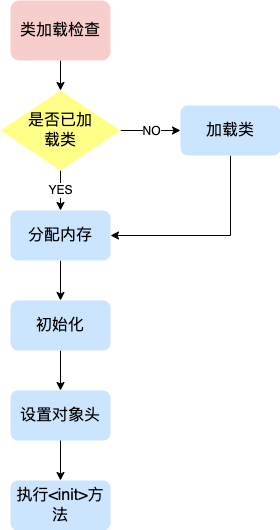
Before: java/jvm/JVM - 对象的创建.drawio.png, a diagram exported from draw.io (lihongyiyi/tech-visuals). Source tidied: cells renumbered, new cells last; positions are measured from the earlier drawing's top-left corner, leaving out a move shared by most shapes.
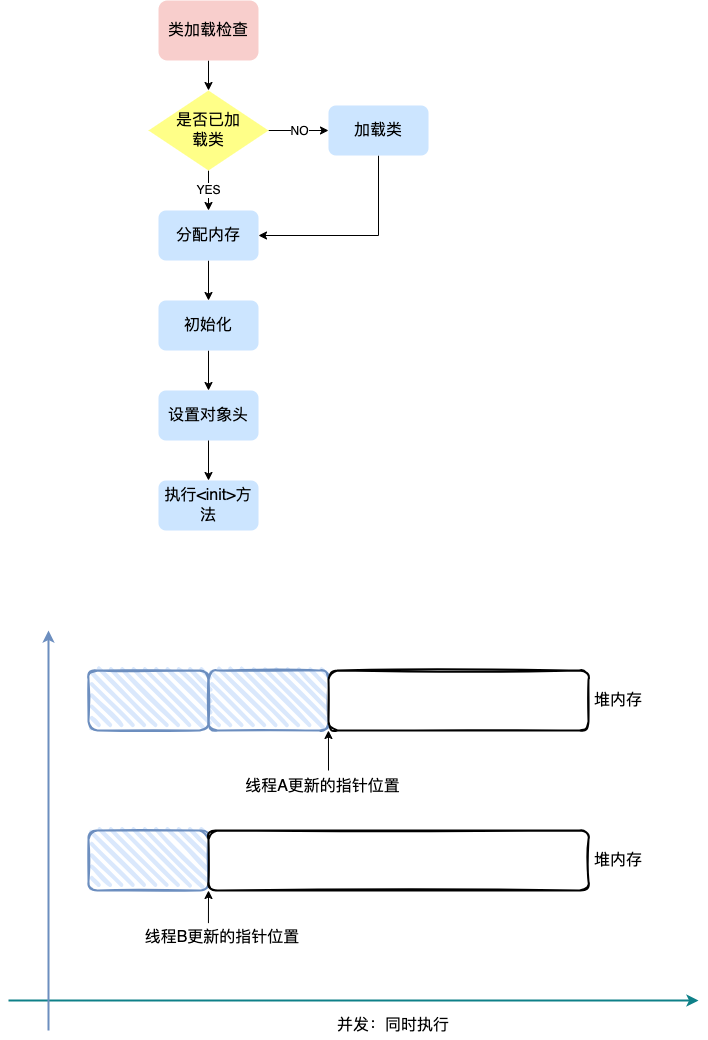
After the commit.

Commit message:
更新JVM - 对象的创建.drawio.png

What changed in the source:
```diff
@@ -53,5 +53,56 @@
     <mxCell id="16" value="&lt;font style=&quot;font-size: 16px;&quot;&gt;执行&amp;lt;init&amp;gt;方法&lt;/font&gt;" style="rounded=1;whiteSpace=wrap;html=1;fillColor=#cce5ff;strokeColor=none;" parent="1" vertex="1">
       <mxGeometry x="10" y="480" width="100" height="50" as="geometry" />
     </mxCell>
+    <mxCell id="17" style="rounded=1;whiteSpace=wrap;html=1;strokeWidth=2;fillWeight=4;hachureGap=8;hachureAngle=45;fillColor=#dae8fc;sketch=1;strokeColor=#6c8ebf;" parent="1" vertex="1">
+      <mxGeometry x="-60" y="670" width="120" height="60" as="geometry" />
+    </mxCell>
+    <mxCell id="18" style="rounded=1;whiteSpace=wrap;html=1;strokeWidth=2;fillWeight=4;hachureGap=8;hachureAngle=45;fillColor=#dae8fc;sketch=1;strokeColor=#6c8ebf;" parent="1" vertex="1">
+      <mxGeometry x="60" y="670" width="120" height="60" as="geometry" />
+    </mxCell>
+    <mxCell id="19" style="rounded=1;whiteSpace=wrap;html=1;strokeWidth=2;fillWeight=4;hachureGap=8;hachureAngle=45;sketch=1;" parent="1" vertex="1">
+      <mxGeometry x="180" y="670" width="260" height="60" as="geometry" />
+    </mxCell>
+    <mxCell id="20" value="&lt;font style=&quot;font-size: 16px;&quot;&gt;线程A更新的指针位置&lt;/font&gt;" style="text;html=1;strokeColor=none;fillColor=none;align=center;verticalAlign=middle;whiteSpace=wrap;rounded=0;" parent="1" vertex="1">
+      <mxGeometry x="80" y="772" width="189" height="28" as="geometry" />
+    </mxCell>
+    <mxCell id="21" style="endArrow=classic;html=1;rounded=0;entryX=0;entryY=1;entryDx=0;entryDy=0;" parent="1" edge="1">
+      <mxGeometry relative="1" as="geometry">
+        <mxPoint x="180" y="770" as="sourcePoint" />
+        <mxPoint x="179.9" y="730" as="targetPoint" />
+      </mxGeometry>
+    </mxCell>
+    <mxCell id="22" value="&lt;font style=&quot;font-size: 16px;&quot;&gt;堆内存&lt;/font&gt;" style="text;html=1;strokeColor=none;fillColor=none;align=center;verticalAlign=middle;whiteSpace=wrap;rounded=0;" parent="1" vertex="1">
+      <mxGeometry x="440" y="685" width="60" height="30" as="geometry" />
+    </mxCell>
+    <mxCell id="23" style="rounded=1;whiteSpace=wrap;html=1;strokeWidth=2;fillWeight=4;hachureGap=8;hachureAngle=45;fillColor=#dae8fc;sketch=1;strokeColor=#6c8ebf;" parent="1" vertex="1">
+      <mxGeometry x="-60" y="830" width="120" height="60" as="geometry" />
+    </mxCell>
+    <mxCell id="24" style="rounded=1;whiteSpace=wrap;html=1;strokeWidth=2;fillWeight=4;hachureGap=8;hachureAngle=45;sketch=1;" parent="1" vertex="1">
+      <mxGeometry x="60" y="830" width="380" height="60" as="geometry" />
+    </mxCell>
+    <mxCell id="25" value="&lt;font style=&quot;font-size: 16px;&quot;&gt;线程B更新的指针位置&lt;/font&gt;" style="text;html=1;strokeColor=none;fillColor=none;align=center;verticalAlign=middle;whiteSpace=wrap;rounded=0;" parent="1" vertex="1">
+      <mxGeometry x="-21" y="923" width="190" height="27" as="geometry" />
+    </mxCell>
+    <mxCell id="26" style="endArrow=classic;html=1;rounded=0;entryX=0;entryY=1;entryDx=0;entryDy=0;exitX=0.426;exitY=-0.014;exitDx=0;exitDy=0;exitPerimeter=0;" parent="1" edge="1" source="25" target="24">
+      <mxGeometry relative="1" as="geometry" />
+    </mxCell>
+    <mxCell id="27" value="&lt;font style=&quot;font-size: 16px;&quot;&gt;堆内存&lt;/font&gt;" style="text;html=1;strokeColor=none;fillColor=none;align=center;verticalAlign=middle;whiteSpace=wrap;rounded=0;" parent="1" vertex="1">
+      <mxGeometry x="440" y="845" width="60" height="30" as="geometry" />
+    </mxCell>
+    <mxCell id="28" style="endArrow=classic;html=1;rounded=0;fillColor=#b0e3e6;strokeColor=#0e8088;strokeWidth=2;" parent="1" edge="1">
+      <mxGeometry relative="1" as="geometry">
+        <mxPoint x="-140" y="1000" as="sourcePoint" />
+        <mxPoint x="550" y="1000" as="targetPoint" />
+      </mxGeometry>
+    </mxCell>
+    <mxCell id="29" style="endArrow=classic;html=1;rounded=0;fillColor=#dae8fc;strokeColor=#6c8ebf;gradientColor=#7ea6e0;strokeWidth=2;" parent="1" edge="1">
+      <mxGeometry relative="1" as="geometry">
+        <mxPoint x="-100" y="1030" as="sourcePoint" />
+        <mxPoint x="-100" y="630" as="targetPoint" />
+      </mxGeometry>
+    </mxCell>
+    <mxCell id="30" value="&lt;font style=&quot;font-size: 16px;&quot;&gt;并发：同时执行&lt;/font&gt;" style="text;html=1;strokeColor=none;fillColor=none;align=center;verticalAlign=middle;whiteSpace=wrap;rounded=0;" parent="1" vertex="1">
+      <mxGeometry x="180" y="1010" width="130" height="30" as="geometry" />
+    </mxCell>
   </root>
 </mxGraphModel>
```
